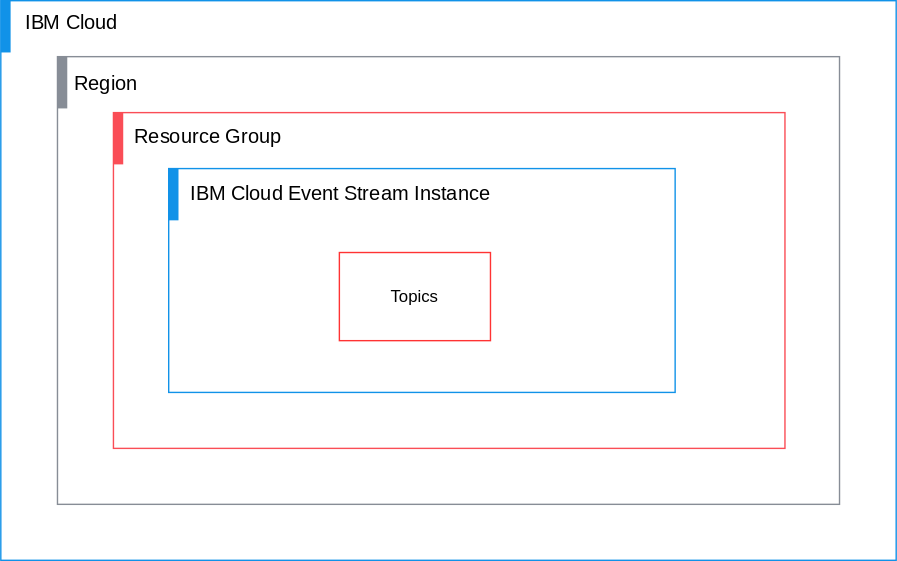
Before: reference-architecture/deployable-architecture-event-streams-standard.svg, a diagram exported from draw.io (terraform-ibm-modules/terraform-ibm-event-streams). Source tidied: cells renumbered, new cells last; positions are measured from the earlier drawing's top-left corner, leaving out a move shared by most shapes.
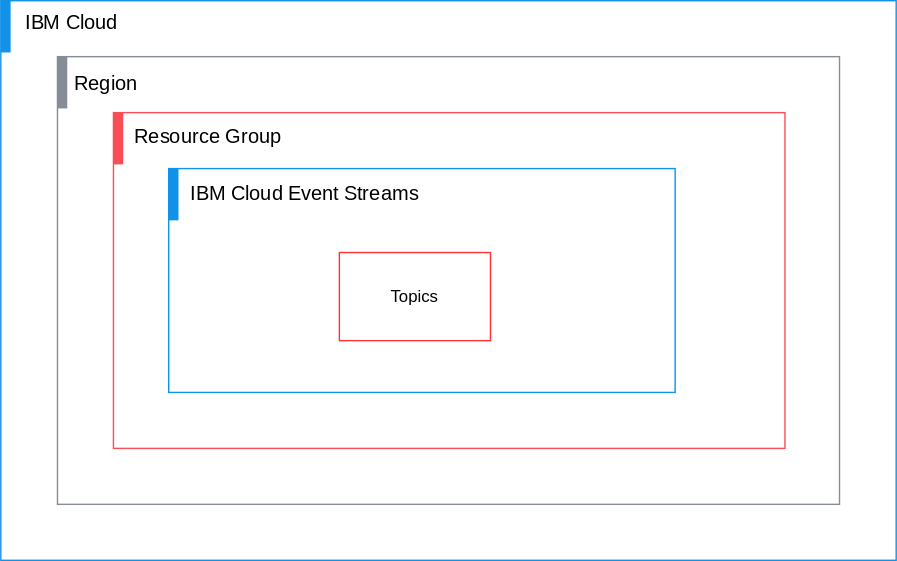
Above is the later version.

The edit, as a diff of the source:
```diff
@@ -38,7 +38,7 @@
     <mxCell id="13" style="rounded=0;whiteSpace=wrap;html=1;strokeColor=none;fillColor=light-dark(#1192e8, #ff6a72);fontFamily=IBM Plex Sans;fontSource=fonts%2FIBMPlexSans-Regular.woff;fontSize=14;" parent="12" vertex="1">
       <mxGeometry width="7" height="37" as="geometry" />
     </mxCell>
-    <mxCell id="14" value="IBM Cloud Event Stream Instance" style="text;html=1;strokeColor=none;fillColor=none;align=left;verticalAlign=middle;whiteSpace=wrap;rounded=0;fontFamily=IBM Plex Sans;fontSource=fonts%2FIBMPlexSans-Regular.woff;fontSize=14;" parent="12" vertex="1">
+    <mxCell id="14" value="IBM Cloud Event Streams" style="text;html=1;strokeColor=none;fillColor=none;align=left;verticalAlign=middle;whiteSpace=wrap;rounded=0;fontFamily=IBM Plex Sans;fontSource=fonts%2FIBMPlexSans-Regular.woff;fontSize=14;" parent="12" vertex="1">
       <mxGeometry x="14.3" y="7" width="229.7" height="22" as="geometry" />
     </mxCell>
     <mxCell id="15" value="Topics" style="rounded=0;whiteSpace=wrap;html=1;strokeColor=#FF3333;strokeWidth=1;fillColor=none;" parent="12" vertex="1">
```
